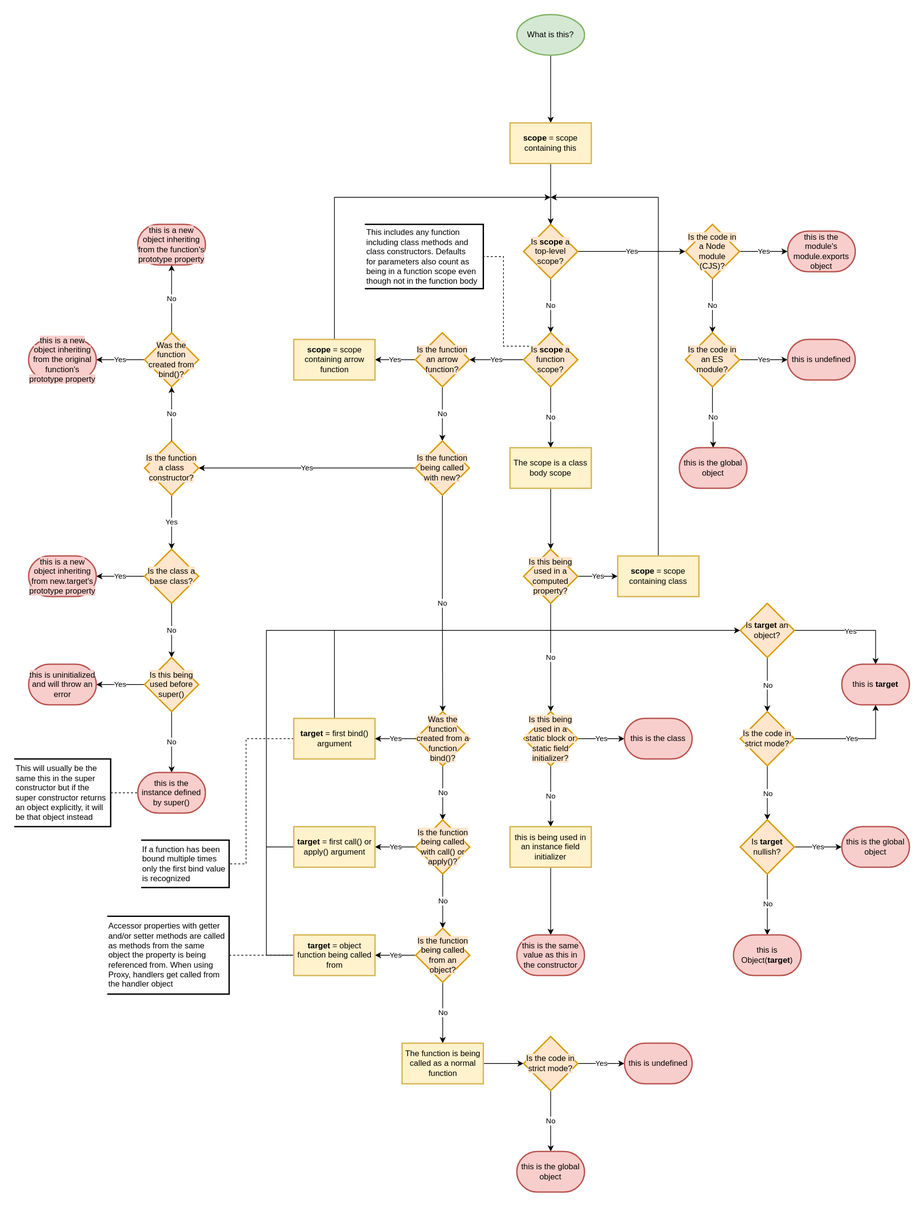
Above: articles/js_this_flowchart/this_in_js.svg in senocular/senocular.github.com (draw.io), before the change. Source tidied: cells renumbered, new cells last; positions are measured from the earlier drawing's top-left corner, leaving out a move shared by most shapes.
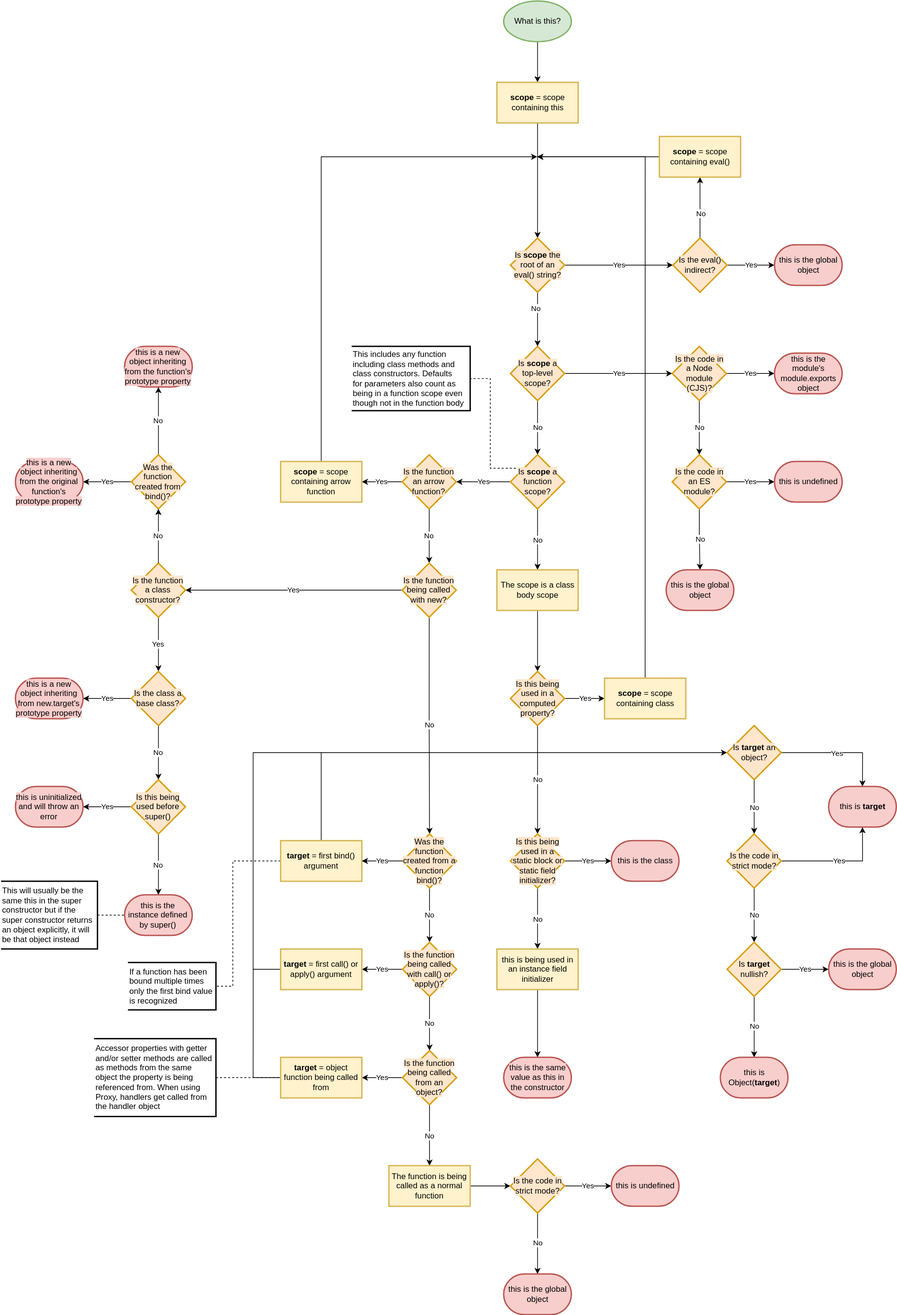
After the change.

Commit message:
add eval to flow

What changed in the source:
```diff
@@ -56,14 +56,14 @@
     <mxCell id="19" value="&lt;span style=&quot;background-color: rgb(248 , 206 , 204)&quot;&gt;this is the global object&lt;/span&gt;" style="strokeWidth=2;html=1;shape=mxgraph.flowchart.terminator;whiteSpace=wrap;fillColor=#f8cecc;strokeColor=#b85450;" parent="1" vertex="1">
       <mxGeometry x="982" y="640" width="100" height="60" as="geometry" />
     </mxCell>
-    <mxCell id="20" style="edgeStyle=orthogonalEdgeStyle;rounded=0;jettySize=auto;html=1;exitX=0.5;exitY=1;exitDx=0;exitDy=0;" parent="1" edge="1" source="94" target="4">
+    <mxCell id="20" style="edgeStyle=orthogonalEdgeStyle;rounded=0;jettySize=auto;html=1;exitX=0.5;exitY=1;exitDx=0;exitDy=0;" parent="1" edge="1" source="94" target="108">
       <mxGeometry relative="1" as="geometry" />
     </mxCell>
     <mxCell id="21" style="edgeStyle=orthogonalEdgeStyle;rounded=0;jettySize=auto;html=1;endArrow=classic;endFill=1;" parent="1" edge="1" source="22" target="94">
       <mxGeometry relative="1" as="geometry" />
     </mxCell>
     <mxCell id="22" value="What is this?" style="strokeWidth=2;html=1;shape=mxgraph.flowchart.start_1;whiteSpace=wrap;fillColor=#d5e8d4;strokeColor=#82b366;" parent="1" vertex="1">
-      <mxGeometry x="742" width="100" height="60" as="geometry" />
+      <mxGeometry x="742" y="-200" width="100" height="60" as="geometry" />
     </mxCell>
     <mxCell id="23" value="Yes" style="edgeStyle=orthogonalEdgeStyle;rounded=0;jettySize=auto;html=1;entryX=1;entryY=0.5;entryDx=0;entryDy=0;" parent="1" edge="1" source="25" target="96">
       <mxGeometry relative="1" as="geometry" />
@@ -306,14 +306,14 @@
       <mxGeometry x="187" y="1220" width="130" height="70" as="geometry" />
     </mxCell>
     <mxCell id="94" value="&lt;b&gt;scope&lt;/b&gt; = scope containing this" style="whiteSpace=wrap;html=1;strokeWidth=2;fillColor=#fff2cc;strokeColor=#d6b656;" parent="1" vertex="1">
-      <mxGeometry x="732" y="160" width="120" height="60" as="geometry" />
+      <mxGeometry x="732" y="-80" width="120" height="60" as="geometry" />
     </mxCell>
     <mxCell id="95" style="edgeStyle=orthogonalEdgeStyle;rounded=0;jettySize=auto;html=1;exitX=0.5;exitY=0;exitDx=0;exitDy=0;endArrow=classic;endFill=1;" parent="1" edge="1" source="96">
       <mxGeometry relative="1" as="geometry">
-        <mxPoint x="792" y="270" as="targetPoint" />
+        <mxPoint x="791.5" y="30" as="targetPoint" />
         <Array as="points">
-          <mxPoint x="473" y="270" />
-          <mxPoint x="752" y="270" />
+          <mxPoint x="472.5" y="30" />
+          <mxPoint x="791.5" y="30" />
         </Array>
       </mxGeometry>
     </mxCell>
@@ -322,9 +322,10 @@
     </mxCell>
     <mxCell id="97" style="edgeStyle=orthogonalEdgeStyle;rounded=0;jettySize=auto;html=1;exitX=0.5;exitY=0;exitDx=0;exitDy=0;endArrow=classic;endFill=1;" parent="1" edge="1" source="98">
       <mxGeometry relative="1" as="geometry">
-        <mxPoint x="792" y="270" as="targetPoint" />
+        <mxPoint x="791.5" y="30" as="targetPoint" />
         <Array as="points">
-          <mxPoint x="951" y="270" />
+          <mxPoint x="951.5" y="30" />
+          <mxPoint x="791.5" y="30" />
         </Array>
       </mxGeometry>
     </mxCell>
@@ -359,5 +360,40 @@
     <mxCell id="105" value="&lt;span style=&quot;background-color: rgb(248 , 206 , 204)&quot;&gt;this is a new object inheriting from the original function's prototype property&lt;/span&gt;" style="strokeWidth=2;html=1;shape=mxgraph.flowchart.terminator;whiteSpace=wrap;fillColor=#f8cecc;strokeColor=#b85450;" parent="1" vertex="1">
       <mxGeometry x="20.8" y="480" width="100" height="60" as="geometry" />
     </mxCell>
+    <mxCell id="106" value="No" style="edgeStyle=orthogonalEdgeStyle;rounded=0;jettySize=auto;html=1;exitX=0.5;exitY=1;exitDx=0;exitDy=0;entryX=0.5;entryY=0;entryDx=0;entryDy=0;" parent="1" edge="1" source="108" target="4">
+      <mxGeometry x="-0.4" y="-2" relative="1" as="geometry" />
+    </mxCell>
+    <mxCell id="107" value="Yes" style="edgeStyle=orthogonalEdgeStyle;rounded=0;jettySize=auto;html=1;exitX=1;exitY=0.5;exitDx=0;exitDy=0;entryX=0;entryY=0.5;entryDx=0;entryDy=0;" parent="1" edge="1" source="108" target="112">
+      <mxGeometry relative="1" as="geometry" />
+    </mxCell>
+    <mxCell id="108" value="&lt;span style=&quot;background-color: rgb(255 , 230 , 204)&quot;&gt;Is &lt;b&gt;scope&lt;/b&gt;&amp;nbsp;the root of an eval() string?&lt;/span&gt;" style="rhombus;whiteSpace=wrap;html=1;strokeWidth=2;fillColor=#ffe6cc;strokeColor=#d79b00;" parent="1" vertex="1">
+      <mxGeometry x="752" y="150" width="80" height="80" as="geometry" />
+    </mxCell>
+    <mxCell id="109" value="Yes" style="edgeStyle=orthogonalEdgeStyle;rounded=0;jettySize=auto;html=1;exitX=1;exitY=0.5;exitDx=0;exitDy=0;entryX=0;entryY=0.5;entryDx=0;entryDy=0;entryPerimeter=0;" parent="1" edge="1" source="112" target="113">
+      <mxGeometry relative="1" as="geometry" />
+    </mxCell>
+    <mxCell id="110" style="edgeStyle=orthogonalEdgeStyle;rounded=0;jettySize=auto;html=1;exitX=0.5;exitY=0;exitDx=0;exitDy=0;entryX=0.5;entryY=1;entryDx=0;entryDy=0;" parent="1" edge="1" source="112" target="115">
+      <mxGeometry relative="1" as="geometry" />
+    </mxCell>
+    <mxCell id="111" value="No" style="edgeLabel;html=1;align=center;verticalAlign=middle;" parent="110" vertex="1">
+      <mxGeometry x="-0.17" y="-1" relative="1" as="geometry" />
+    </mxCell>
+    <mxCell id="112" value="&lt;span style=&quot;background-color: rgb(255, 230, 204);&quot;&gt;Is the eval() indirect?&lt;/span&gt;" style="rhombus;whiteSpace=wrap;html=1;strokeWidth=2;fillColor=#ffe6cc;strokeColor=#d79b00;" parent="1" vertex="1">
+      <mxGeometry x="992" y="150" width="80" height="80" as="geometry" />
+    </mxCell>
+    <mxCell id="113" value="&lt;span style=&quot;background-color: rgb(248 , 206 , 204)&quot;&gt;this is the global object&lt;/span&gt;" style="strokeWidth=2;html=1;shape=mxgraph.flowchart.terminator;whiteSpace=wrap;fillColor=#f8cecc;strokeColor=#b85450;" parent="1" vertex="1">
+      <mxGeometry x="1142" y="160" width="100" height="60" as="geometry" />
+    </mxCell>
+    <mxCell id="114" style="edgeStyle=orthogonalEdgeStyle;rounded=0;jettySize=auto;html=1;exitX=0;exitY=0.5;exitDx=0;exitDy=0;" parent="1" edge="1" source="115">
+      <mxGeometry relative="1" as="geometry">
+        <mxPoint x="791.5" y="30" as="targetPoint" />
+        <Array as="points">
+          <mxPoint x="791.5" y="30" />
+        </Array>
+      </mxGeometry>
+    </mxCell>
+    <mxCell id="115" value="&lt;b&gt;scope&lt;/b&gt; = scope containing eval()" style="whiteSpace=wrap;html=1;strokeWidth=2;fillColor=#fff2cc;strokeColor=#d6b656;" parent="1" vertex="1">
+      <mxGeometry x="972" width="120" height="60" as="geometry" />
+    </mxCell>
   </root>
 </mxGraphModel>
```
